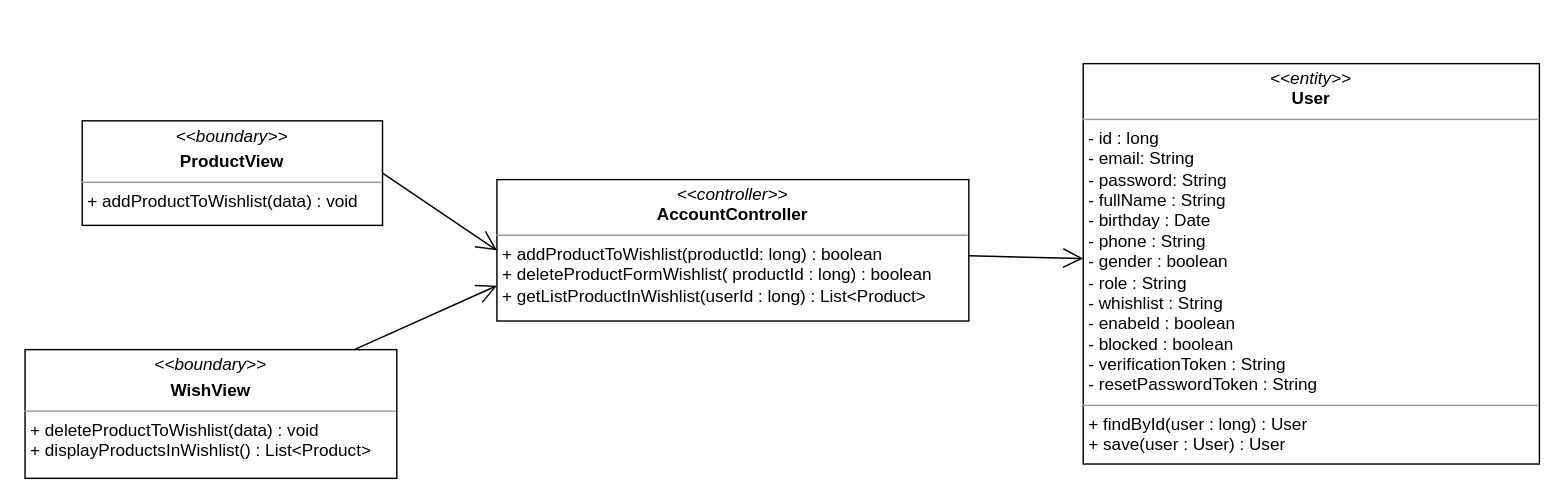
nguyenphamvan/datn_20202 keeps this draw.io diagram as class diagram/add-product-wishlist-class-diagram.drawio. Above is the earlier version. Source tidied: cells renumbered, new cells numbered last; positions are measured from the earlier drawing's top-left corner, leaving out a move shared by most shapes. Both pictures are drawn from the tidied source at 143%, with x=0, y=0 at pixel (24, 63).
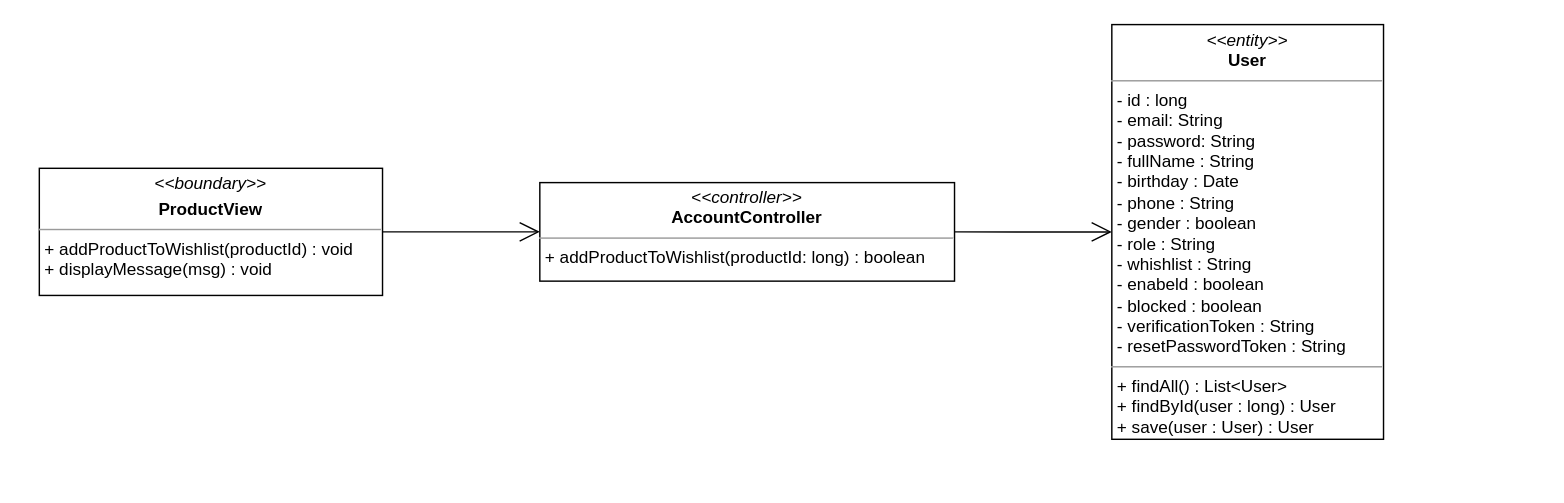
After the change.

Change to the diagram source:
```diff
@@
 <mxGraphModel>
   <root>
     <mxCell id="0" />
     <mxCell id="1" parent="0" />
-    <mxCell id="2" value="&lt;p style=&quot;margin: 0px ; margin-top: 4px ; text-align: center&quot;&gt;&lt;i&gt;&amp;lt;&amp;lt;boundary&amp;gt;&amp;gt;&lt;/i&gt;&lt;/p&gt;&lt;p style=&quot;margin: 0px ; margin-top: 4px ; text-align: center&quot;&gt;&lt;b&gt;ProductView&lt;/b&gt;&lt;/p&gt;&lt;hr size=&quot;1&quot;&gt;&lt;p style=&quot;margin: 0px ; margin-left: 4px&quot;&gt;&lt;span&gt;+ addProductToWishlist(data) : void&lt;/span&gt;&lt;br&gt;&lt;/p&gt;&lt;p style=&quot;margin: 0px ; margin-left: 4px&quot;&gt;&lt;span&gt;&lt;br&gt;&lt;/span&gt;&lt;/p&gt;" style="verticalAlign=top;align=left;overflow=fill;fontSize=12;fontFamily=Helvetica;html=1;" parent="1" vertex="1">
-      <mxGeometry x="40" y="40" width="210" height="73.1" as="geometry" />
+    <mxCell id="2" value="&lt;p style=&quot;margin: 0px ; margin-top: 4px ; text-align: center&quot;&gt;&lt;i&gt;&amp;lt;&amp;lt;boundary&amp;gt;&amp;gt;&lt;/i&gt;&lt;/p&gt;&lt;p style=&quot;margin: 0px ; margin-top: 4px ; text-align: center&quot;&gt;&lt;b&gt;ProductView&lt;/b&gt;&lt;/p&gt;&lt;hr size=&quot;1&quot;&gt;&lt;p style=&quot;margin: 0px ; margin-left: 4px&quot;&gt;&lt;span&gt;+ addProductToWishlist(productId) : void&lt;/span&gt;&lt;br&gt;&lt;/p&gt;&lt;p style=&quot;margin: 0px ; margin-left: 4px&quot;&gt;&lt;span&gt;+ displayMessage(msg) : void&lt;/span&gt;&lt;/p&gt;&lt;p style=&quot;margin: 0px ; margin-left: 4px&quot;&gt;&lt;span&gt;&lt;br&gt;&lt;/span&gt;&lt;/p&gt;" style="verticalAlign=top;align=left;overflow=fill;fontSize=12;fontFamily=Helvetica;html=1;" parent="1" vertex="1">
+      <mxGeometry x="10" y="73.2" width="240" height="88.9" as="geometry" />
     </mxCell>
-    <mxCell id="3" value="&lt;p style=&quot;margin: 0px ; margin-top: 4px ; text-align: center&quot;&gt;&lt;i&gt;&amp;lt;&amp;lt;entity&amp;gt;&amp;gt;&lt;/i&gt;&lt;br&gt;&lt;b&gt;User&lt;/b&gt;&lt;/p&gt;&lt;hr size=&quot;1&quot;&gt;&lt;p style=&quot;margin: 0px ; margin-left: 4px&quot;&gt;- id : long&lt;/p&gt;&lt;p style=&quot;margin: 0px ; margin-left: 4px&quot;&gt;- email: String&lt;br&gt;- password: String&lt;/p&gt;&lt;p style=&quot;margin: 0px ; margin-left: 4px&quot;&gt;- fullName : String&lt;/p&gt;&lt;p style=&quot;margin: 0px ; margin-left: 4px&quot;&gt;- birthday : Date&lt;/p&gt;&lt;p style=&quot;margin: 0px ; margin-left: 4px&quot;&gt;- phone : String&lt;/p&gt;&lt;p style=&quot;margin: 0px ; margin-left: 4px&quot;&gt;- gender : boolean&lt;/p&gt;&lt;p style=&quot;margin: 0px ; margin-left: 4px&quot;&gt;- role : String&lt;/p&gt;&lt;p style=&quot;margin: 0px ; margin-left: 4px&quot;&gt;- whishlist : String&lt;/p&gt;&lt;p style=&quot;margin: 0px ; margin-left: 4px&quot;&gt;- enabeld : boolean&lt;/p&gt;&lt;p style=&quot;margin: 0px ; margin-left: 4px&quot;&gt;- blocked : boolean&lt;/p&gt;&lt;p style=&quot;margin: 0px ; margin-left: 4px&quot;&gt;- verificationToken : String&lt;/p&gt;&lt;p style=&quot;margin: 0px ; margin-left: 4px&quot;&gt;- resetPasswordToken : String&lt;/p&gt;&lt;hr size=&quot;1&quot;&gt;&lt;p style=&quot;margin: 0px ; margin-left: 4px&quot;&gt;+ findById(user : long) : User&lt;/p&gt;&lt;p style=&quot;margin: 0px ; margin-left: 4px&quot;&gt;+ save(user : User) : User&lt;/p&gt;" style="verticalAlign=top;align=left;overflow=fill;fontSize=12;fontFamily=Helvetica;html=1;" parent="1" vertex="1">
-      <mxGeometry x="740" width="319" height="280" as="geometry" />
+    <mxCell id="3" value="&lt;p style=&quot;margin: 0px ; margin-top: 4px ; text-align: center&quot;&gt;&lt;i&gt;&amp;lt;&amp;lt;entity&amp;gt;&amp;gt;&lt;/i&gt;&lt;br&gt;&lt;b&gt;User&lt;/b&gt;&lt;/p&gt;&lt;hr size=&quot;1&quot;&gt;&lt;p style=&quot;margin: 0px ; margin-left: 4px&quot;&gt;- id : long&lt;/p&gt;&lt;p style=&quot;margin: 0px ; margin-left: 4px&quot;&gt;- email: String&lt;br&gt;- password: String&lt;/p&gt;&lt;p style=&quot;margin: 0px ; margin-left: 4px&quot;&gt;- fullName : String&lt;/p&gt;&lt;p style=&quot;margin: 0px ; margin-left: 4px&quot;&gt;- birthday : Date&lt;/p&gt;&lt;p style=&quot;margin: 0px ; margin-left: 4px&quot;&gt;- phone : String&lt;/p&gt;&lt;p style=&quot;margin: 0px ; margin-left: 4px&quot;&gt;- gender : boolean&lt;/p&gt;&lt;p style=&quot;margin: 0px ; margin-left: 4px&quot;&gt;- role : String&lt;/p&gt;&lt;p style=&quot;margin: 0px ; margin-left: 4px&quot;&gt;- whishlist : String&lt;/p&gt;&lt;p style=&quot;margin: 0px ; margin-left: 4px&quot;&gt;- enabeld : boolean&lt;/p&gt;&lt;p style=&quot;margin: 0px ; margin-left: 4px&quot;&gt;- blocked : boolean&lt;/p&gt;&lt;p style=&quot;margin: 0px ; margin-left: 4px&quot;&gt;- verificationToken : String&lt;/p&gt;&lt;p style=&quot;margin: 0px ; margin-left: 4px&quot;&gt;- resetPasswordToken : String&lt;/p&gt;&lt;hr size=&quot;1&quot;&gt;&lt;p style=&quot;margin: 0px ; margin-left: 4px&quot;&gt;+ findAll() : List&amp;lt;User&amp;gt;&lt;/p&gt;&lt;p style=&quot;margin: 0px ; margin-left: 4px&quot;&gt;+ findById(user : long) : User&lt;/p&gt;&lt;p style=&quot;margin: 0px ; margin-left: 4px&quot;&gt;+ save(user : User) : User&lt;/p&gt;" style="verticalAlign=top;align=left;overflow=fill;fontSize=12;fontFamily=Helvetica;html=1;" parent="1" vertex="1">
+      <mxGeometry x="760" y="-27.3" width="190" height="290" as="geometry" />
     </mxCell>
     <mxCell id="4" style="endArrow=open;endFill=1;endSize=12;html=1;entryX=0;entryY=0.5;entryDx=0;entryDy=0;exitX=1;exitY=0.5;exitDx=0;exitDy=0;" parent="1" edge="1" source="2" target="5">
       <mxGeometry relative="1" as="geometry" />
     </mxCell>
-    <mxCell id="5" value="&lt;p style=&quot;margin: 0px ; margin-top: 4px ; text-align: center&quot;&gt;&lt;i&gt;&amp;lt;&amp;lt;controller&amp;gt;&amp;gt;&lt;/i&gt;&lt;br&gt;&lt;b&gt;AccountController&lt;/b&gt;&lt;br&gt;&lt;/p&gt;&lt;hr size=&quot;1&quot;&gt;&lt;p style=&quot;margin: 0px ; margin-left: 4px&quot;&gt;&lt;span&gt;+ addProductToWishlist(productId: long) : boolean&lt;/span&gt;&lt;br&gt;&lt;/p&gt;&lt;p style=&quot;margin: 0px ; margin-left: 4px&quot;&gt;+ deleteProductFormWishlist( productId : long) : boolean&lt;/p&gt;&lt;p style=&quot;margin: 0px ; margin-left: 4px&quot;&gt;+ getListProductInWishlist(userId : long) : List&amp;lt;Product&amp;gt;&lt;/p&gt;" style="verticalAlign=top;align=left;overflow=fill;fontSize=12;fontFamily=Helvetica;html=1;" parent="1" vertex="1">
-      <mxGeometry x="330" y="81.1" width="330" height="98.9" as="geometry" />
+    <mxCell id="5" value="&lt;p style=&quot;margin: 0px ; margin-top: 4px ; text-align: center&quot;&gt;&lt;i&gt;&amp;lt;&amp;lt;controller&amp;gt;&amp;gt;&lt;/i&gt;&lt;br&gt;&lt;b&gt;AccountController&lt;/b&gt;&lt;br&gt;&lt;/p&gt;&lt;hr size=&quot;1&quot;&gt;&lt;p style=&quot;margin: 0px ; margin-left: 4px&quot;&gt;&lt;span&gt;+ addProductToWishlist(productId: long) : boolean&lt;/span&gt;&lt;/p&gt;" style="verticalAlign=top;align=left;overflow=fill;fontSize=12;fontFamily=Helvetica;html=1;" parent="1" vertex="1">
+      <mxGeometry x="360" y="83.2" width="290" height="68.9" as="geometry" />
     </mxCell>
     <mxCell id="6" style="endArrow=open;endFill=1;endSize=12;html=1;" parent="1" edge="1" source="5" target="3">
       <mxGeometry relative="1" as="geometry" />
     </mxCell>
-    <mxCell id="7" value="&lt;p style=&quot;margin: 0px ; margin-top: 4px ; text-align: center&quot;&gt;&lt;i&gt;&amp;lt;&amp;lt;boundary&amp;gt;&amp;gt;&lt;/i&gt;&lt;/p&gt;&lt;p style=&quot;margin: 0px ; margin-top: 4px ; text-align: center&quot;&gt;&lt;b&gt;WishView&lt;/b&gt;&lt;/p&gt;&lt;hr size=&quot;1&quot;&gt;&lt;p style=&quot;margin: 0px ; margin-left: 4px&quot;&gt;&lt;span&gt;+ deleteProductToWishlist(data) : void&lt;/span&gt;&lt;br&gt;&lt;/p&gt;&lt;p style=&quot;margin: 0px ; margin-left: 4px&quot;&gt;&lt;span&gt;+ displayProductsInWishlist() : List&amp;lt;Product&amp;gt;&lt;/span&gt;&lt;/p&gt;" style="verticalAlign=top;align=left;overflow=fill;fontSize=12;fontFamily=Helvetica;html=1;" parent="1" vertex="1">
-      <mxGeometry y="200" width="260" height="90" as="geometry" />
-    </mxCell>
-    <mxCell id="8" style="endArrow=open;endFill=1;endSize=12;html=1;entryX=0;entryY=0.75;entryDx=0;entryDy=0;" parent="1" edge="1" source="7" target="5">
-      <mxGeometry relative="1" as="geometry" />
-    </mxCell>
   </root>
 </mxGraphModel>
```
